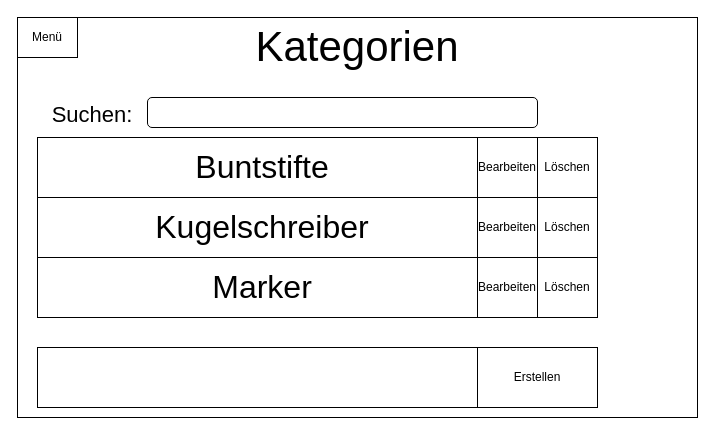
callidaria/pen-testing keeps this draw.io diagram as dev/mockups/raw/Kategorienübersicht.drawio. Above is the earlier version. Source tidied: cells renumbered, new cells numbered last; positions are measured from the earlier drawing's top-left corner, leaving out a move shared by most shapes. Both pictures are drawn from the tidied source at 100%, with x=0, y=0 at pixel (17, 17).
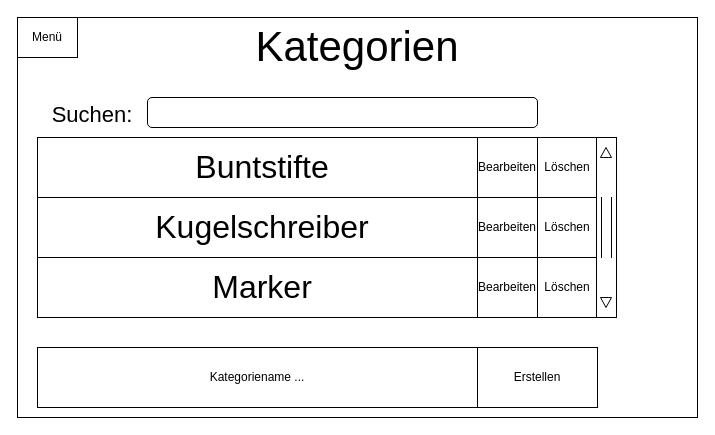
The same page after the edit.

The edit, as a diff of the source:
```diff
@@
-    <mxCell id="13" style="rounded=0;whiteSpace=wrap;html=1;" parent="1" vertex="1">
+    <mxCell id="13" value="Kategoriename ..." style="rounded=0;whiteSpace=wrap;html=1;" parent="1" vertex="1">
       <mxGeometry x="20" y="330" width="440" height="60" as="geometry" />
     </mxCell>
@@
+    <mxCell id="18" style="rounded=0;whiteSpace=wrap;html=1;" parent="1" vertex="1">
+      <mxGeometry x="579" y="120" width="20" height="180" as="geometry" />
+    </mxCell>
+    <mxCell id="19" style="shape=partialRectangle;whiteSpace=wrap;html=1;top=0;bottom=0;fillColor=none;" parent="1" vertex="1">
+      <mxGeometry x="584" y="180" width="10" height="60" as="geometry" />
+    </mxCell>
+    <mxCell id="20" style="html=1;shadow=0;dashed=0;align=center;verticalAlign=middle;shape=mxgraph.arrows2.arrow;dy=0.6;dx=40;direction=south;notch=0;" parent="1" vertex="1">
+      <mxGeometry x="583" y="280" width="11" height="10" as="geometry" />
+    </mxCell>
+    <mxCell id="21" style="html=1;shadow=0;dashed=0;align=center;verticalAlign=middle;shape=mxgraph.arrows2.arrow;dy=0.6;dx=40;direction=north;notch=0;" parent="1" vertex="1">
+      <mxGeometry x="583" y="130" width="11" height="10" as="geometry" />
+    </mxCell>
```
